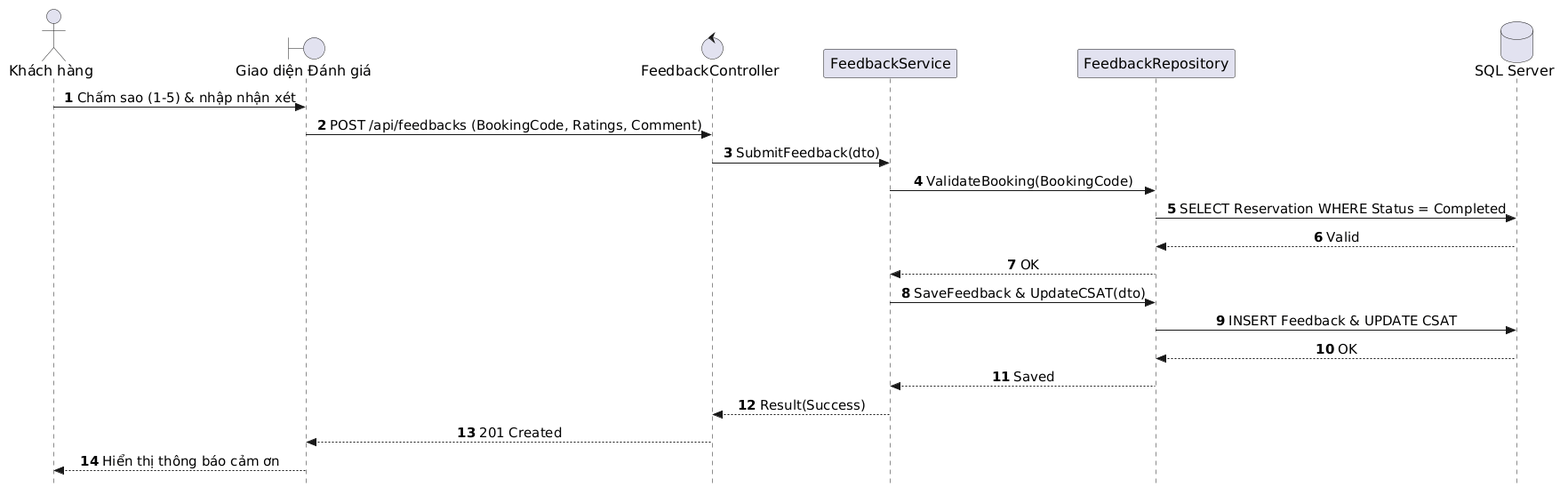
AndrewQng/VinDining keeps this PlantUML diagram as out/docs/puml/sequences/SD_UC_U4_Submit_Feedback/SD_UC_U4_Submit_Feedback.png. Above is the earlier version.
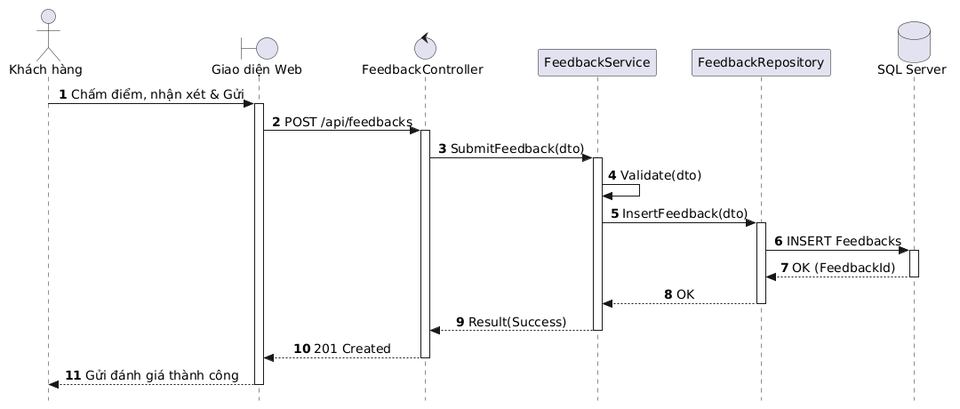
After the commit.

Change to the diagram source:
```diff
@@ -4,32 +4,43 @@
 skinparam sequenceMessageAlign center
 skinparam responseMessageBelowArrow true
 skinparam defaultFontName "Segoe UI", Arial, sans-serif
-skinparam defaultFontSize 16
-skinparam sequenceActorFontSize 16
-skinparam sequenceParticipantFontSize 16
-skinparam sequenceArrowFontSize 15
-skinparam sequenceGroupFontSize 15
-skinparam sequenceGroupHeaderFontSize 15
+skinparam defaultFontSize 14
 
 actor "Khách hàng" as Guest
-boundary "Giao diện Đánh giá" as UI
+boundary "Giao diện Web" as UI
 control "FeedbackController" as Controller
 participant "FeedbackService" as Service
 participant "FeedbackRepository" as Repo
 database "SQL Server" as DB
 
-Guest -> UI: Chấm sao (1-5) & nhập nhận xét
-UI -> Controller: POST /api/feedbacks (BookingCode, Ratings, Comment)
+Guest -> UI: Chấm điểm, nhận xét & Gửi
+activate UI
+
+UI -> Controller: POST /api/feedbacks
+activate Controller
+
 Controller -> Service: SubmitFeedback(dto)
-Service -> Repo: ValidateBooking(BookingCode)
-Repo -> DB: SELECT Reservation WHERE Status = Completed
-DB --> Repo: Valid
+activate Service
+
+Service -> Service: Validate(dto)
+
+Service -> Repo: InsertFeedback(dto)
+activate Repo
+
+Repo -> DB: INSERT Feedbacks
+activate DB
+DB --> Repo: OK (FeedbackId)
+deactivate DB
+
 Repo --> Service: OK
-Service -> Repo: SaveFeedback & UpdateCSAT(dto)
-Repo -> DB: INSERT Feedback & UPDATE CSAT
-DB --> Repo: OK
-Repo --> Service: Saved
+deactivate Repo
+
 Service --> Controller: Result(Success)
+deactivate Service
+
 Controller --> UI: 201 Created
-UI --> Guest: Hiển thị thông báo cảm ơn
+deactivate Controller
+
+UI --> Guest: Gửi đánh giá thành công
+deactivate UI
 @enduml
```
